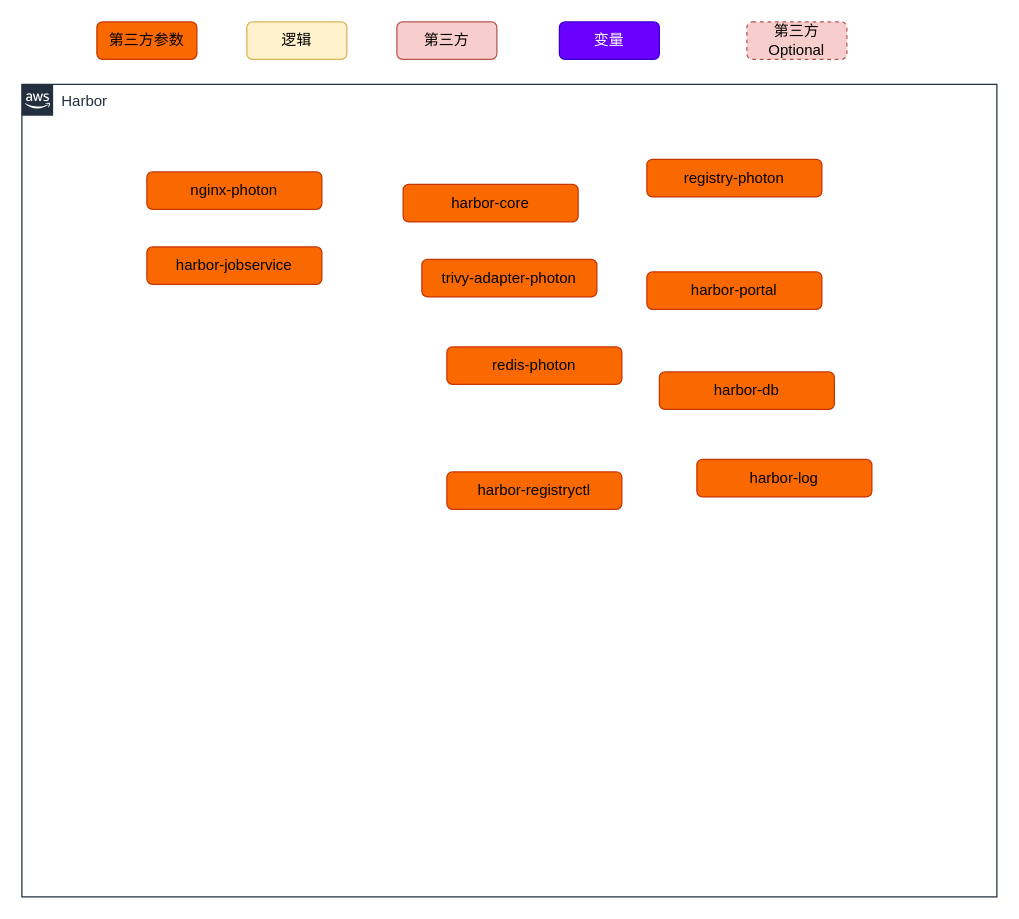
Above: docs/assets/drawio/k8s-harbor.drawio in ShaoOrg/bulletin (draw.io), before the change. Source tidied: cells renumbered, new cells numbered last; positions are measured from the earlier drawing's top-left corner, leaving out a move shared by most shapes. Both pictures are drawn from the tidied source at 125%, with x=0, y=0 at pixel (21, 21).
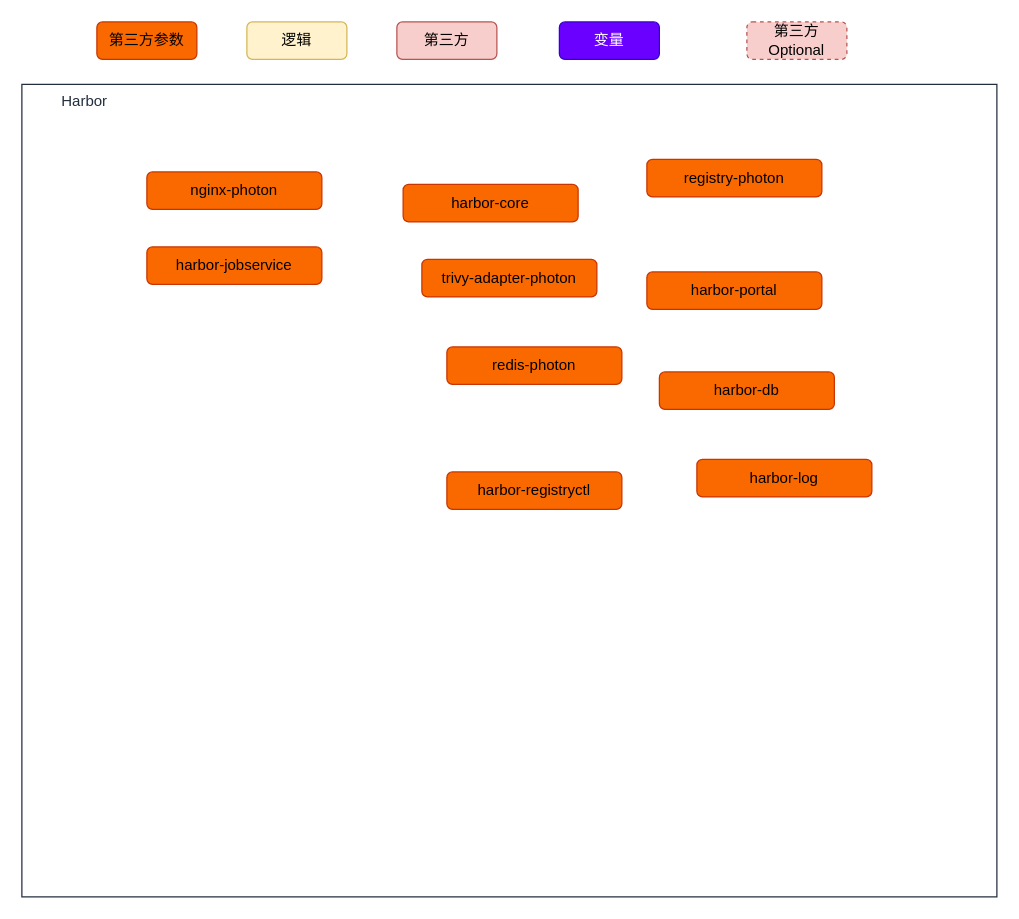
The same page after the edit.

Commit message:
NOCR: nothing

What changed in the source:
```diff
@@
 <mxGraphModel>
   <root>
     <mxCell id="0" />
     <mxCell id="1" parent="0" />
     <mxCell id="2" value="逻辑" style="rounded=1;whiteSpace=wrap;html=1;fillColor=#fff2cc;strokeColor=#d6b656;" parent="1" vertex="1">
       <mxGeometry x="180" width="80" height="30" as="geometry" />
     </mxCell>
     <mxCell id="3" value="第三方" style="rounded=1;whiteSpace=wrap;html=1;fillColor=#f8cecc;strokeColor=#b85450;" parent="1" vertex="1">
       <mxGeometry x="300" width="80" height="30" as="geometry" />
     </mxCell>
     <mxCell id="4" value="变量" style="rounded=1;whiteSpace=wrap;html=1;fillColor=#6a00ff;strokeColor=#3700CC;fontColor=#ffffff;" parent="1" vertex="1">
       <mxGeometry x="430" width="80" height="30" as="geometry" />
     </mxCell>
     <mxCell id="5" value="第三方&lt;br&gt;Optional" style="rounded=1;whiteSpace=wrap;html=1;fillColor=#f8cecc;strokeColor=#b85450;dashed=1;" parent="1" vertex="1">
       <mxGeometry x="580" width="80" height="30" as="geometry" />
     </mxCell>
     <mxCell id="6" value="第三方参数" style="rounded=1;whiteSpace=wrap;html=1;fillColor=#fa6800;strokeColor=#C73500;fontColor=#000000;" parent="1" vertex="1">
       <mxGeometry x="60" width="80" height="30" as="geometry" />
     </mxCell>
-    <mxCell id="7" value="Harbor" style="gradientColor=none;html=1;whiteSpace=wrap;fontSize=12;fontStyle=0;shape=mxgraph.aws4.group;grIcon=mxgraph.aws4.group_aws_cloud_alt;strokeColor=#232F3E;fillColor=none;verticalAlign=top;align=left;spacingLeft=30;fontColor=#232F3E;dashed=0;labelBackgroundColor=#ffffff;" parent="1" vertex="1">
+    <mxCell id="7" value="Harbor" style="gradientColor=none;html=1;whiteSpace=wrap;fontSize=12;fontStyle=0;strokeColor=#232F3E;fillColor=none;verticalAlign=top;align=left;spacingLeft=30;fontColor=#232F3E;dashed=0;labelBackgroundColor=#ffffff;" parent="1" vertex="1">
       <mxGeometry y="50" width="780" height="650" as="geometry" />
     </mxCell>
     <mxCell id="8" value="nginx-photon" style="rounded=1;whiteSpace=wrap;html=1;fillColor=#fa6800;strokeColor=#C73500;fontColor=#000000;" parent="7" vertex="1">
       <mxGeometry x="100" y="70" width="140" height="30" as="geometry" />
     </mxCell>
     <mxCell id="9" value="harbor-jobservice" style="rounded=1;whiteSpace=wrap;html=1;fillColor=#fa6800;strokeColor=#C73500;fontColor=#000000;" parent="7" vertex="1">
       <mxGeometry x="100" y="130" width="140" height="30" as="geometry" />
     </mxCell>
     <mxCell id="10" value="harbor-core" style="rounded=1;whiteSpace=wrap;html=1;fillColor=#fa6800;strokeColor=#C73500;fontColor=#000000;" parent="7" vertex="1">
       <mxGeometry x="305" y="80" width="140" height="30" as="geometry" />
     </mxCell>
     <mxCell id="11" value="trivy-adapter-photon" style="rounded=1;whiteSpace=wrap;html=1;fillColor=#fa6800;strokeColor=#C73500;fontColor=#000000;" parent="7" vertex="1">
       <mxGeometry x="320" y="140" width="140" height="30" as="geometry" />
     </mxCell>
     <mxCell id="12" value="registry-photon" style="rounded=1;whiteSpace=wrap;html=1;fillColor=#fa6800;strokeColor=#C73500;fontColor=#000000;" parent="7" vertex="1">
       <mxGeometry x="500" y="60" width="140" height="30" as="geometry" />
     </mxCell>
     <mxCell id="13" value="harbor-portal" style="rounded=1;whiteSpace=wrap;html=1;fillColor=#fa6800;strokeColor=#C73500;fontColor=#000000;" parent="7" vertex="1">
       <mxGeometry x="500" y="150" width="140" height="30" as="geometry" />
     </mxCell>
     <mxCell id="14" value="redis-photon" style="rounded=1;whiteSpace=wrap;html=1;fillColor=#fa6800;strokeColor=#C73500;fontColor=#000000;" parent="7" vertex="1">
       <mxGeometry x="340" y="210" width="140" height="30" as="geometry" />
     </mxCell>
     <mxCell id="15" value="harbor-db" style="rounded=1;whiteSpace=wrap;html=1;fillColor=#fa6800;strokeColor=#C73500;fontColor=#000000;" parent="7" vertex="1">
       <mxGeometry x="510" y="230" width="140" height="30" as="geometry" />
     </mxCell>
     <mxCell id="16" value="harbor-registryctl" style="rounded=1;whiteSpace=wrap;html=1;fillColor=#fa6800;strokeColor=#C73500;fontColor=#000000;" parent="7" vertex="1">
       <mxGeometry x="340" y="310" width="140" height="30" as="geometry" />
     </mxCell>
     <mxCell id="17" value="harbor-log" style="rounded=1;whiteSpace=wrap;html=1;fillColor=#fa6800;strokeColor=#C73500;fontColor=#000000;" parent="7" vertex="1">
       <mxGeometry x="540" y="300" width="140" height="30" as="geometry" />
     </mxCell>
   </root>
 </mxGraphModel>
```
